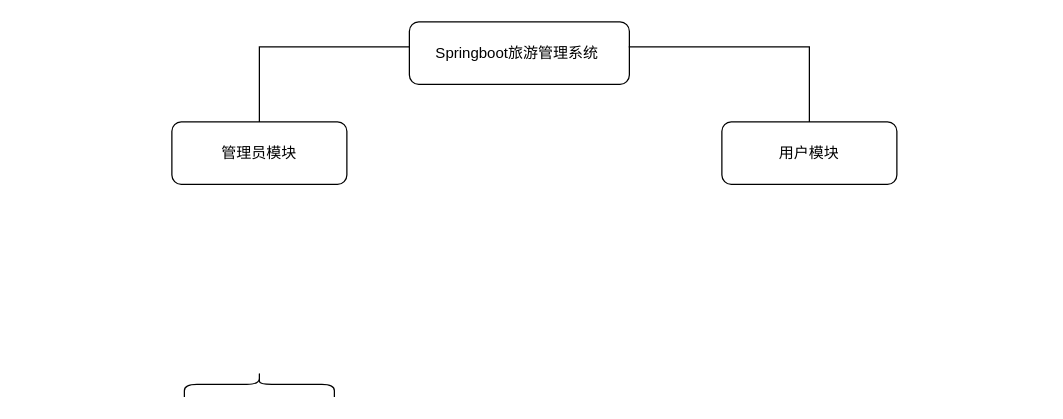
The draw.io diagram 未命名绘图.drawio in 66Coding/diagrams, before the edit. Source tidied: cells renumbered, new cells numbered last; positions are measured from the earlier drawing's top-left corner, leaving out a move shared by most shapes. Both pictures are drawn from the tidied source at 125%, with x=0, y=0 at pixel (171, 21).
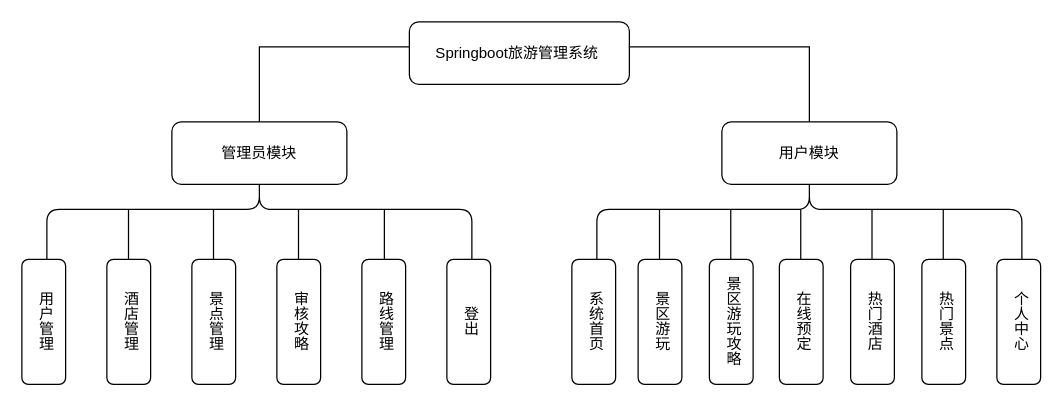
After the change.

Commit message:
更新未命名绘图.drawio

What changed in the source:
```diff
@@
     <mxCell id="3" style="shape=curlyBracket;whiteSpace=wrap;html=1;rounded=1;flipH=1;labelPosition=right;verticalLabelPosition=middle;align=left;verticalAlign=middle;direction=south;size=0.5;" parent="1" vertex="1">
-      <mxGeometry x="10" y="280" width="120" height="20" as="geometry" />
+      <mxGeometry x="-100" y="110" width="340" height="80" as="geometry" />
     </mxCell>
-    <mxCell id="4" style="shape=partialRectangle;whiteSpace=wrap;html=1;bottom=0;right=0;fillColor=none;" parent="1" vertex="1">
+    <mxCell id="4" style="shape=partialRectangle;whiteSpace=wrap;html=1;bottom=0;right=0;fillColor=none;rounded=1;" parent="1" vertex="1">
       <mxGeometry x="70" y="20" width="120" height="60" as="geometry" />
     </mxCell>
-    <mxCell id="5" style="shape=partialRectangle;whiteSpace=wrap;html=1;top=0;left=0;fillColor=none;direction=west;flipH=1;" parent="1" vertex="1">
+    <mxCell id="5" style="shape=partialRectangle;whiteSpace=wrap;html=1;top=0;left=0;fillColor=none;direction=west;flipH=1;rounded=1;" parent="1" vertex="1">
       <mxGeometry x="366" y="20" width="144" height="60" as="geometry" />
     </mxCell>
@@
+    <mxCell id="8" style="shape=curlyBracket;whiteSpace=wrap;html=1;rounded=1;flipH=1;labelPosition=right;verticalLabelPosition=middle;align=left;verticalAlign=middle;direction=south;size=0.5;" parent="1" vertex="1">
+      <mxGeometry x="340" y="110" width="340" height="80" as="geometry" />
+    </mxCell>
@@
+    <mxCell id="9" style="endArrow=none;html=1;rounded=1;" parent="1" edge="1">
+      <mxGeometry relative="1" as="geometry">
+        <mxPoint x="170" y="190" as="sourcePoint" />
+        <mxPoint x="170" y="150" as="targetPoint" />
+      </mxGeometry>
+    </mxCell>
+    <mxCell id="10" value="用户管理" style="rounded=1;whiteSpace=wrap;html=1;textDirection=vertical-rl;" parent="1" vertex="1">
+      <mxGeometry x="-120" y="190" width="35" height="100" as="geometry" />
+    </mxCell>
+    <mxCell id="11" value="酒店管理" style="rounded=1;whiteSpace=wrap;html=1;textDirection=vertical-rl;" parent="1" vertex="1">
+      <mxGeometry x="-52" y="190" width="35" height="100" as="geometry" />
+    </mxCell>
+    <mxCell id="12" value="景点管理" style="rounded=1;whiteSpace=wrap;html=1;textDirection=vertical-rl;" parent="1" vertex="1">
+      <mxGeometry x="16" y="190" width="35" height="100" as="geometry" />
+    </mxCell>
+    <mxCell id="13" value="审核攻略" style="rounded=1;whiteSpace=wrap;html=1;textDirection=vertical-rl;" parent="1" vertex="1">
+      <mxGeometry x="84" y="190" width="35" height="100" as="geometry" />
+    </mxCell>
+    <mxCell id="14" value="路线管理" style="rounded=1;whiteSpace=wrap;html=1;textDirection=vertical-rl;" parent="1" vertex="1">
+      <mxGeometry x="152" y="190" width="35" height="100" as="geometry" />
+    </mxCell>
+    <mxCell id="15" value="登出" style="rounded=1;whiteSpace=wrap;html=1;textDirection=vertical-rl;" parent="1" vertex="1">
+      <mxGeometry x="220" y="190" width="35" height="100" as="geometry" />
+    </mxCell>
+    <mxCell id="16" style="endArrow=none;html=1;rounded=1;" parent="1" edge="1">
+      <mxGeometry relative="1" as="geometry">
+        <mxPoint x="101.3" y="190" as="sourcePoint" />
+        <mxPoint x="101.3" y="150" as="targetPoint" />
+      </mxGeometry>
+    </mxCell>
+    <mxCell id="17" style="endArrow=none;html=1;rounded=1;" parent="1" edge="1">
+      <mxGeometry relative="1" as="geometry">
+        <mxPoint x="33.3" y="190" as="sourcePoint" />
+        <mxPoint x="33.3" y="150" as="targetPoint" />
+      </mxGeometry>
+    </mxCell>
+    <mxCell id="18" style="endArrow=none;html=1;rounded=1;" parent="1" edge="1">
+      <mxGeometry relative="1" as="geometry">
+        <mxPoint x="-34.7" y="190" as="sourcePoint" />
+        <mxPoint x="-34.7" y="150" as="targetPoint" />
+      </mxGeometry>
+    </mxCell>
+    <mxCell id="19" value="系统首页" style="rounded=1;whiteSpace=wrap;html=1;textDirection=vertical-rl;" parent="1" vertex="1">
+      <mxGeometry x="320" y="190" width="35" height="100" as="geometry" />
+    </mxCell>
+    <mxCell id="20" value="热门酒店" style="rounded=1;whiteSpace=wrap;html=1;textDirection=vertical-rl;" parent="1" vertex="1">
+      <mxGeometry x="543" y="190" width="35" height="100" as="geometry" />
+    </mxCell>
+    <mxCell id="21" value="热门景点" style="rounded=1;whiteSpace=wrap;html=1;textDirection=vertical-rl;" parent="1" vertex="1">
+      <mxGeometry x="600" y="190" width="35" height="100" as="geometry" />
+    </mxCell>
+    <mxCell id="22" value="个人中心" style="rounded=1;whiteSpace=wrap;html=1;textDirection=vertical-rl;" parent="1" vertex="1">
+      <mxGeometry x="660" y="190" width="35" height="100" as="geometry" />
+    </mxCell>
+    <mxCell id="23" value="景区游玩" style="rounded=1;whiteSpace=wrap;html=1;textDirection=vertical-rl;" parent="1" vertex="1">
+      <mxGeometry x="373" y="190" width="35" height="100" as="geometry" />
+    </mxCell>
+    <mxCell id="24" value="景区游玩攻略" style="rounded=1;whiteSpace=wrap;html=1;textDirection=vertical-rl;" parent="1" vertex="1">
+      <mxGeometry x="430" y="190" width="35" height="100" as="geometry" />
+    </mxCell>
+    <mxCell id="25" value="在线预定" style="rounded=1;whiteSpace=wrap;html=1;textDirection=vertical-rl;" parent="1" vertex="1">
+      <mxGeometry x="486" y="190" width="35" height="100" as="geometry" />
+    </mxCell>
+    <mxCell id="26" style="endArrow=none;html=1;rounded=1;" parent="1" edge="1">
+      <mxGeometry relative="1" as="geometry">
+        <mxPoint x="390.1" y="190" as="sourcePoint" />
+        <mxPoint x="390.1" y="150" as="targetPoint" />
+      </mxGeometry>
+    </mxCell>
+    <mxCell id="27" style="endArrow=none;html=1;rounded=1;" parent="1" edge="1">
+      <mxGeometry relative="1" as="geometry">
+        <mxPoint x="447.1" y="190" as="sourcePoint" />
+        <mxPoint x="447.1" y="150" as="targetPoint" />
+      </mxGeometry>
+    </mxCell>
+    <mxCell id="28" style="endArrow=none;html=1;rounded=1;" parent="1" edge="1">
+      <mxGeometry relative="1" as="geometry">
+        <mxPoint x="503.1" y="190" as="sourcePoint" />
+        <mxPoint x="503.1" y="150" as="targetPoint" />
+      </mxGeometry>
+    </mxCell>
+    <mxCell id="29" style="endArrow=none;html=1;rounded=1;" parent="1" edge="1">
+      <mxGeometry relative="1" as="geometry">
+        <mxPoint x="560.1" y="190" as="sourcePoint" />
+        <mxPoint x="560.1" y="150" as="targetPoint" />
+      </mxGeometry>
+    </mxCell>
+    <mxCell id="30" style="endArrow=none;html=1;rounded=1;" parent="1" edge="1">
+      <mxGeometry relative="1" as="geometry">
+        <mxPoint x="617.1" y="190" as="sourcePoint" />
+        <mxPoint x="617.1" y="150" as="targetPoint" />
+      </mxGeometry>
+    </mxCell>
```
